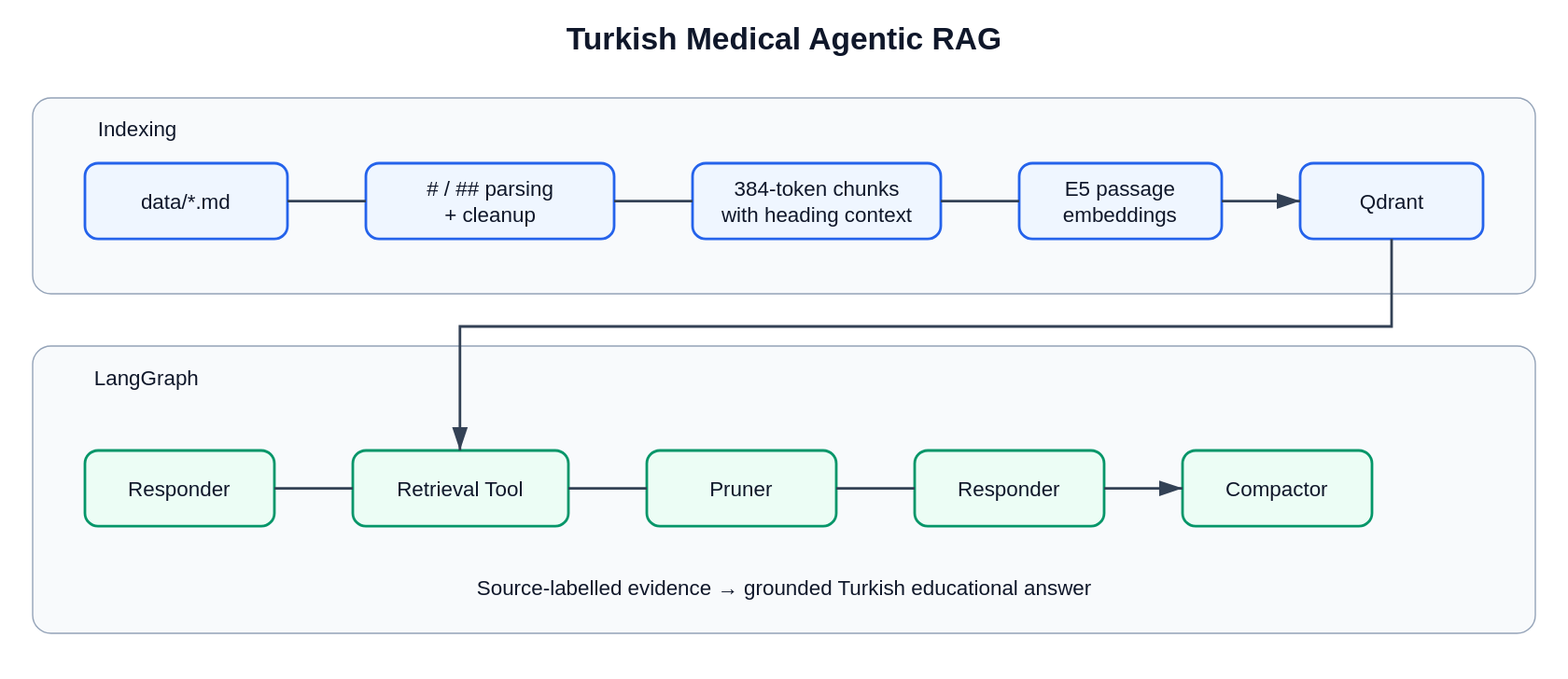
The PlantUML diagram agentic_rag/docs/agentic-rag-architecture.svg in okaybuyukdeveci/Turkish-Medical-LLM-Fine-Tuning-and-Agentic-RAG, before a commit. Its source is kept beside it as agentic_rag/docs/agentic-rag-architecture.puml.
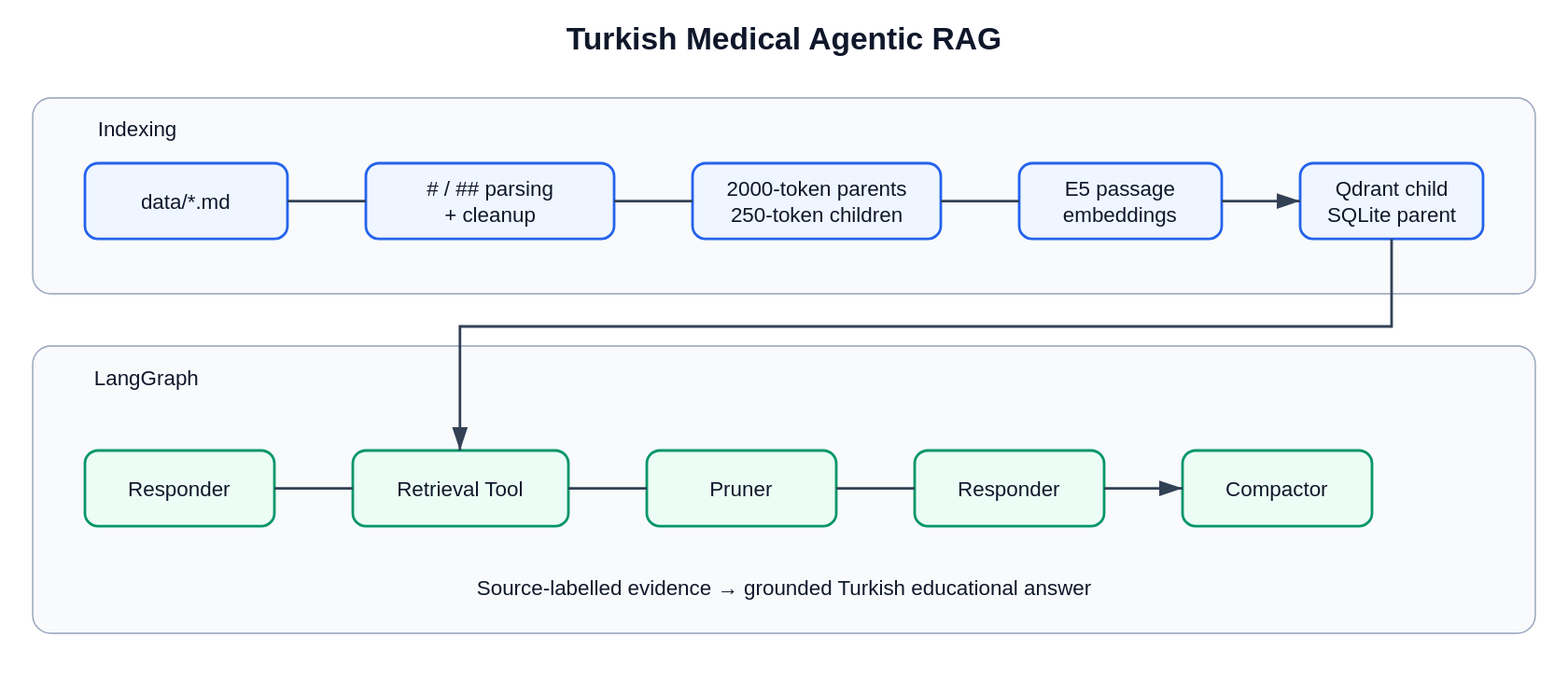
Later version of the same file.

Diff of the diagram source:
```diff
@@ -5,16 +5,20 @@
 package "Indexing (explicit lifecycle)" {
   [data/*.md] --> [Markdown loader]
   [Markdown loader] --> [# / ## parser]
-  [# / ## parser] --> [384-token contextual chunks]
-  [384-token contextual chunks] --> [E5 passage embeddings]
-  [E5 passage embeddings] --> [Local Qdrant]
+  [# / ## parser] --> [2000-token parents]
+  [2000-token parents] --> [Local SQLite parent store]
+  [2000-token parents] --> [250-token children]
+  [250-token children] --> [E5 passage embeddings]
+  [E5 passage embeddings] --> [Local Qdrant children]
   [Corpus + settings] --> [Index manifest]
 }
 
 package "Retrieval" {
   [User search query] --> [E5 query embedding]
-  [E5 query embedding] --> [Local Qdrant]
-  [Local Qdrant] --> [Top-6 source-labelled evidence]
+  [E5 query embedding] --> [Local Qdrant children]
+  [Local Qdrant children] --> [Parent ID lookup]
+  [Local SQLite parent store] --> [Parent ID lookup]
+  [Parent ID lookup] --> [Source-labelled parent evidence]
 }
 
 package "LangGraph" {
@@ -26,7 +30,7 @@
   [Compactor] --> [END]
 }
 
-[Top-6 source-labelled evidence] --> [Retrieval Tool]
+[Source-labelled parent evidence] --> [Retrieval Tool]
 
 note right of [Index manifest]
 Missing index: create
@@ -34,7 +38,7 @@
 Mismatch: fail until --force
 end note
 
-note right of [384-token contextual chunks]
+note right of [250-token children]
 page_content repeats:
 # title
 ## optional subtitle
```
